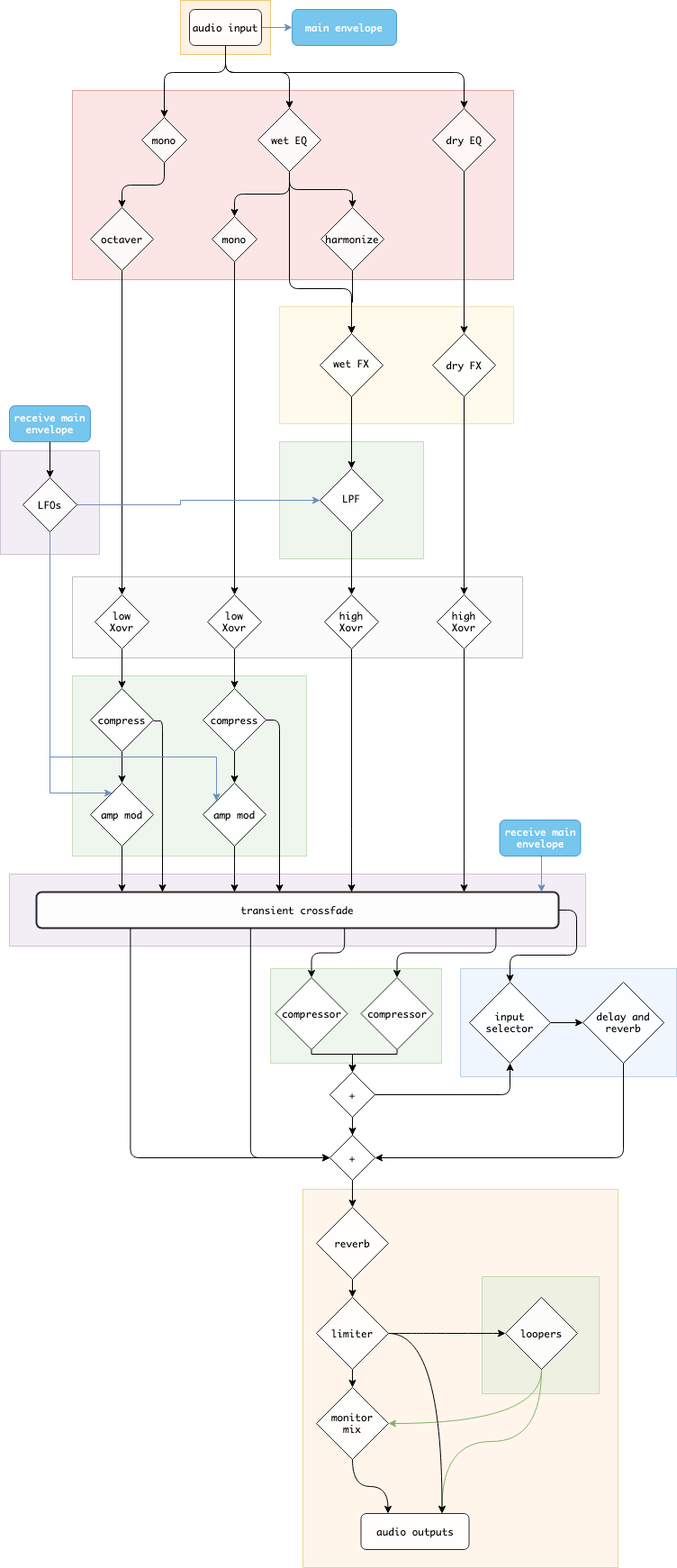
Sousastep/sousastep keeps this draw.io diagram as Sousastep Audio FX/media/Sousastep_signalflow.drawio.png. Above is the earlier version. Source tidied: cells renumbered, new cells last; positions are measured from the earlier drawing's top-left corner, leaving out a move shared by most shapes.
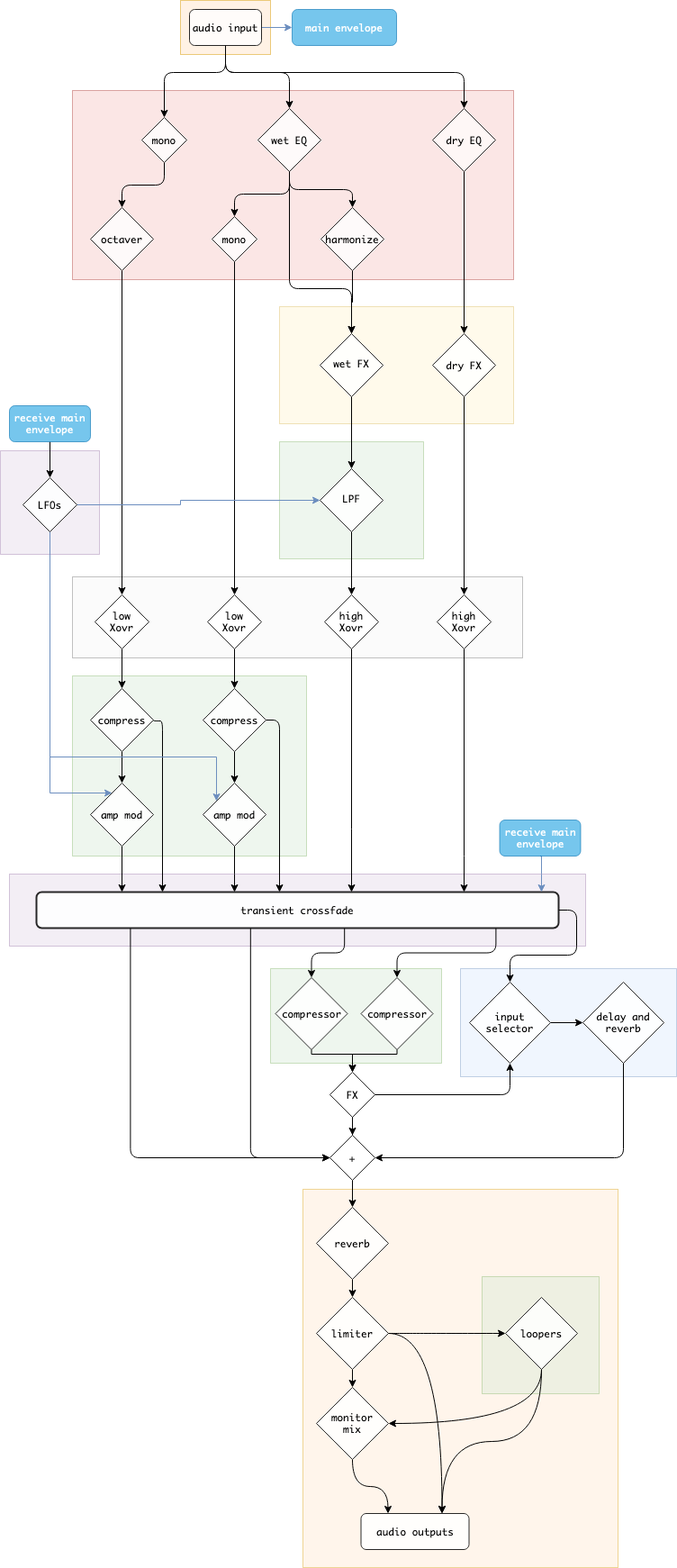
Later version of the same file.

What changed in the source:
```diff
@@ -230,7 +230,7 @@
     <mxCell id="59" style="edgeStyle=orthogonalEdgeStyle;rounded=0;jettySize=auto;html=1;exitX=0.5;exitY=1;exitDx=0;exitDy=0;" parent="1" edge="1" source="60" target="70">
       <mxGeometry relative="1" as="geometry" />
     </mxCell>
-    <mxCell id="60" value="+" style="rhombus;whiteSpace=wrap;html=1;opacity=84;fontFamily=Monaco;fontSize=11;" parent="1" vertex="1">
+    <mxCell id="60" value="FX" style="rhombus;whiteSpace=wrap;html=1;opacity=84;fontFamily=Monaco;fontSize=11;" parent="1" vertex="1">
       <mxGeometry x="366" y="1190" width="50" height="50" as="geometry" />
     </mxCell>
     <mxCell id="61" style="edgeStyle=orthogonalEdgeStyle;rounded=1;jettySize=auto;html=1;exitX=0.5;exitY=1;exitDx=0;exitDy=0;entryX=1;entryY=0.5;entryDx=0;entryDy=0;" parent="1" edge="1" source="62" target="70">
@@ -248,10 +248,10 @@
     <mxCell id="65" style="rounded=0;whiteSpace=wrap;html=1;fillColor=#d5e8d4;strokeColor=#82b366;opacity=40;" parent="1" vertex="1">
       <mxGeometry x="535" y="1417" width="130" height="130" as="geometry" />
     </mxCell>
-    <mxCell id="66" style="edgeStyle=orthogonalEdgeStyle;rounded=0;jettySize=auto;html=1;exitX=0.5;exitY=1;exitDx=0;exitDy=0;entryX=1;entryY=0.5;entryDx=0;entryDy=0;fillColor=#d5e8d4;strokeColor=#82b366;curved=1;" parent="1" edge="1" source="68" target="78">
+    <mxCell id="66" style="edgeStyle=orthogonalEdgeStyle;rounded=0;jettySize=auto;html=1;exitX=0.5;exitY=1;exitDx=0;exitDy=0;entryX=1;entryY=0.5;entryDx=0;entryDy=0;fillColor=#d5e8d4;strokeColor=#000000;curved=1;" parent="1" edge="1" source="68" target="78">
       <mxGeometry relative="1" as="geometry" />
     </mxCell>
-    <mxCell id="67" style="edgeStyle=orthogonalEdgeStyle;rounded=0;jettySize=auto;html=1;exitX=0.5;exitY=1;exitDx=0;exitDy=0;entryX=0.75;entryY=0;entryDx=0;entryDy=0;fillColor=#d5e8d4;strokeColor=#82b366;curved=1;" parent="1" edge="1" source="68" target="79">
+    <mxCell id="67" style="edgeStyle=orthogonalEdgeStyle;rounded=0;jettySize=auto;html=1;exitX=0.5;exitY=1;exitDx=0;exitDy=0;entryX=0.75;entryY=0;entryDx=0;entryDy=0;fillColor=#d5e8d4;strokeColor=#000000;curved=1;" parent="1" edge="1" source="68" target="79">
       <mxGeometry relative="1" as="geometry" />
     </mxCell>
     <mxCell id="68" value="loopers" style="rhombus;whiteSpace=wrap;html=1;opacity=84;fontFamily=Monaco;fontSize=11;" parent="1" vertex="1">
```
